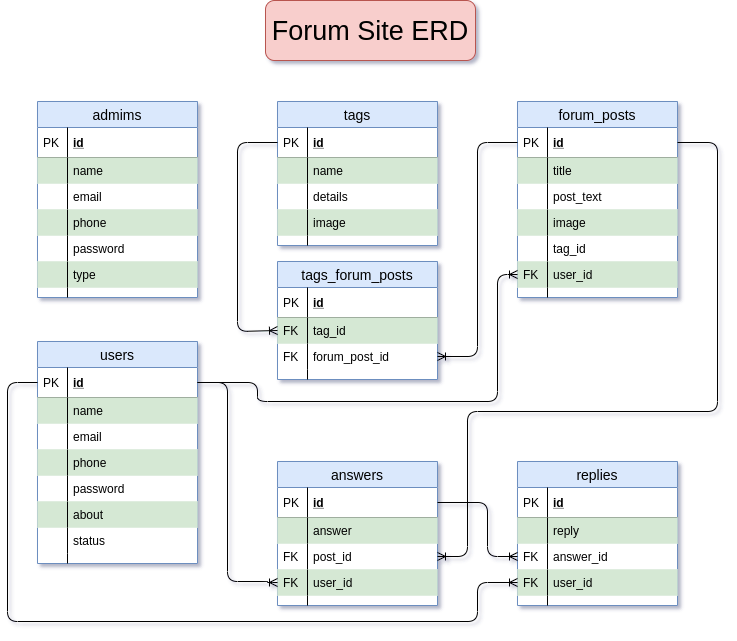
Earlier version of the draw.io export Forum ERD.png (abdulmajidweb/home-task-1). Source tidied: cells renumbered, new cells last; positions are measured from the earlier drawing's top-left corner, leaving out a move shared by most shapes.
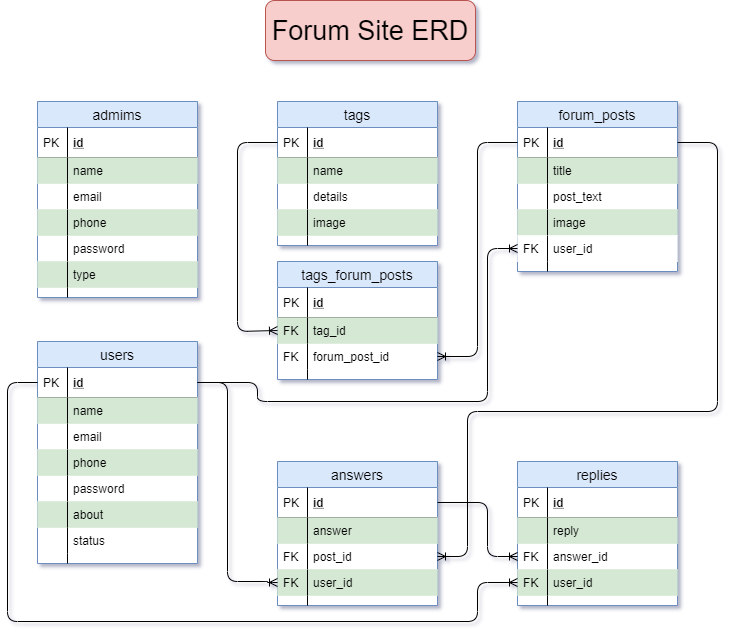
The same file after the commit.

Diff of the diagram source:
```diff
@@ -81,7 +81,7 @@
       <mxGeometry width="30" height="10" as="geometry" />
     </mxCell>
     <mxCell id="28" value="forum_posts" style="swimlane;fontStyle=0;horizontal=1;startSize=26;fillColor=#dae8fc;swimlaneFillColor=#ffffff;align=center;fontSize=14;strokeColor=#6c8ebf;" parent="1" vertex="1">
-      <mxGeometry x="510" y="101" width="160" height="196" as="geometry" />
+      <mxGeometry x="510" y="101" width="160" height="170" as="geometry" />
     </mxCell>
     <mxCell id="29" value="id" style="shape=partialRectangle;top=0;left=0;right=0;bottom=1;align=left;verticalAlign=middle;fillColor=none;spacingLeft=34;spacingRight=4;overflow=hidden;points=[[0,0.5],[1,0.5]];portConstraint=eastwest;fontStyle=5;fontSize=12;" parent="28" vertex="1">
       <mxGeometry y="26" width="160" height="30" as="geometry" />
@@ -107,20 +107,14 @@
     <mxCell id="36" style="shape=partialRectangle;top=0;left=0;bottom=0;fillColor=none;align=left;verticalAlign=top;spacingLeft=4;spacingRight=4;overflow=hidden;fontSize=12;" parent="35" vertex="1">
       <mxGeometry width="30" height="26" as="geometry" />
     </mxCell>
-    <mxCell id="37" value="tag_id" style="shape=partialRectangle;top=0;left=0;right=0;bottom=0;align=left;verticalAlign=top;fillColor=none;spacingLeft=34;spacingRight=4;overflow=hidden;fontSize=12;" parent="28" vertex="1">
-      <mxGeometry y="134" width="160" height="26" as="geometry" />
-    </mxCell>
-    <mxCell id="38" style="shape=partialRectangle;top=0;left=0;bottom=0;fillColor=none;align=left;verticalAlign=top;spacingLeft=4;spacingRight=4;overflow=hidden;fontSize=12;" parent="37" vertex="1">
-      <mxGeometry width="30" height="26" as="geometry" />
-    </mxCell>
-    <mxCell id="39" value="user_id" style="shape=partialRectangle;top=0;left=0;right=0;bottom=0;align=left;verticalAlign=top;fillColor=#d5e8d4;spacingLeft=34;spacingRight=4;overflow=hidden;points=[[0,0.5],[1,0.5]];portConstraint=eastwest;fontSize=12;strokeColor=#82b366;" parent="28" vertex="1">
-      <mxGeometry y="160" width="160" height="26" as="geometry" />
+    <mxCell id="39" value="user_id" style="shape=partialRectangle;top=0;left=0;right=0;bottom=0;align=left;verticalAlign=top;spacingLeft=34;spacingRight=4;overflow=hidden;points=[[0,0.5],[1,0.5]];portConstraint=eastwest;fontSize=12;" parent="28" vertex="1">
+      <mxGeometry y="134" width="160" height="26" as="geometry" />
     </mxCell>
     <mxCell id="40" value="FK" style="shape=partialRectangle;top=0;left=0;bottom=0;fillColor=none;align=left;verticalAlign=top;spacingLeft=4;spacingRight=4;overflow=hidden;fontSize=12;" parent="39" vertex="1">
       <mxGeometry width="30" height="26" as="geometry" />
     </mxCell>
     <mxCell id="41" style="shape=partialRectangle;top=0;left=0;right=0;bottom=0;align=left;verticalAlign=top;fillColor=none;spacingLeft=34;spacingRight=4;overflow=hidden;fontSize=12;" parent="28" vertex="1">
-      <mxGeometry y="186" width="160" height="10" as="geometry" />
+      <mxGeometry y="160" width="160" height="10" as="geometry" />
     </mxCell>
     <mxCell id="42" style="shape=partialRectangle;top=0;left=0;bottom=0;fillColor=none;align=left;verticalAlign=top;spacingLeft=4;spacingRight=4;overflow=hidden;fontSize=12;" parent="41" vertex="1">
       <mxGeometry width="30" height="10" as="geometry" />
@@ -285,8 +279,8 @@
         <Array as="points">
           <mxPoint x="250" y="382" />
           <mxPoint x="250" y="401" />
-          <mxPoint x="490" y="401" />
-          <mxPoint x="490" y="274" />
+          <mxPoint x="480" y="401" />
+          <mxPoint x="480" y="248" />
         </Array>
       </mxGeometry>
     </mxCell>
```
